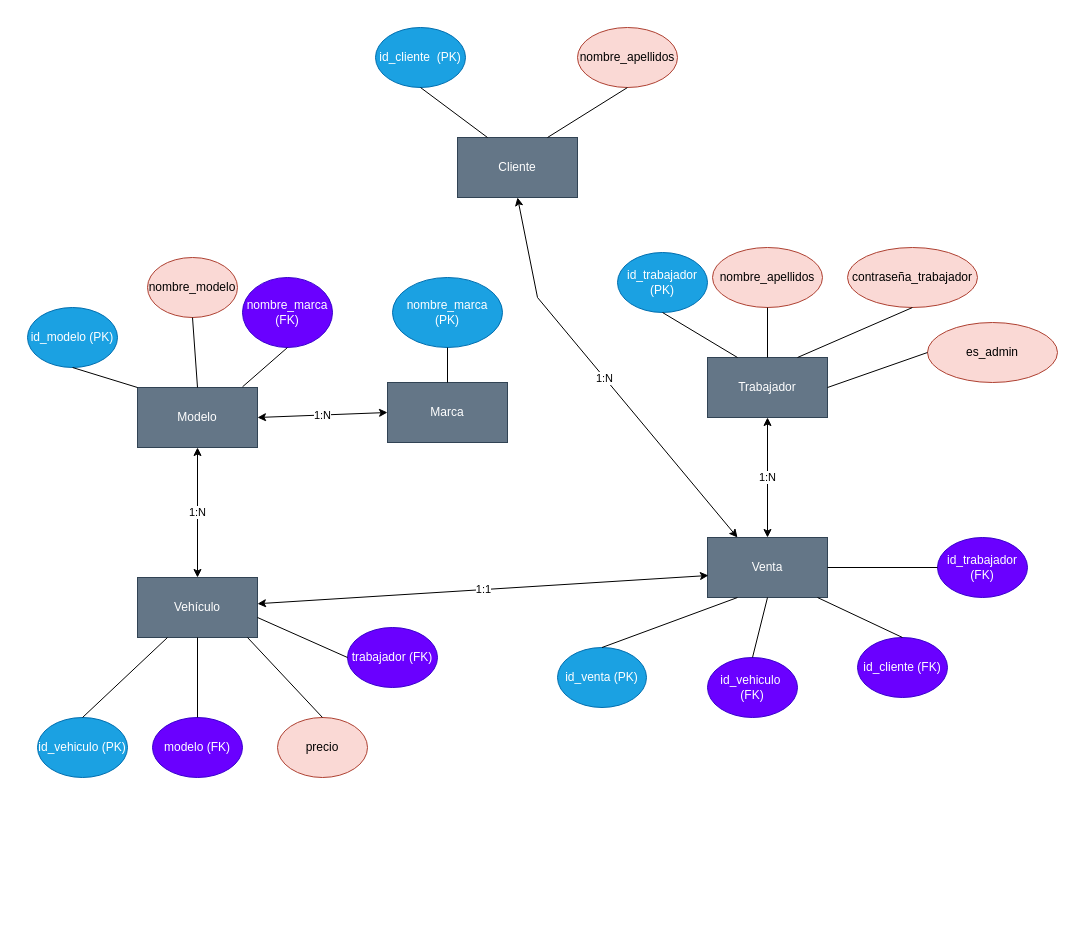
Earlier version of the draw.io diagram documentacion/diagramas/MER.drawio (lunastrod/proyectoIntegradorConcesionario). Source tidied: cells renumbered, new cells numbered last; positions are measured from the earlier drawing's top-left corner, leaving out a move shared by most shapes. Both pictures are drawn from the tidied source at 100%, with x=0, y=0 at pixel (27, 27).
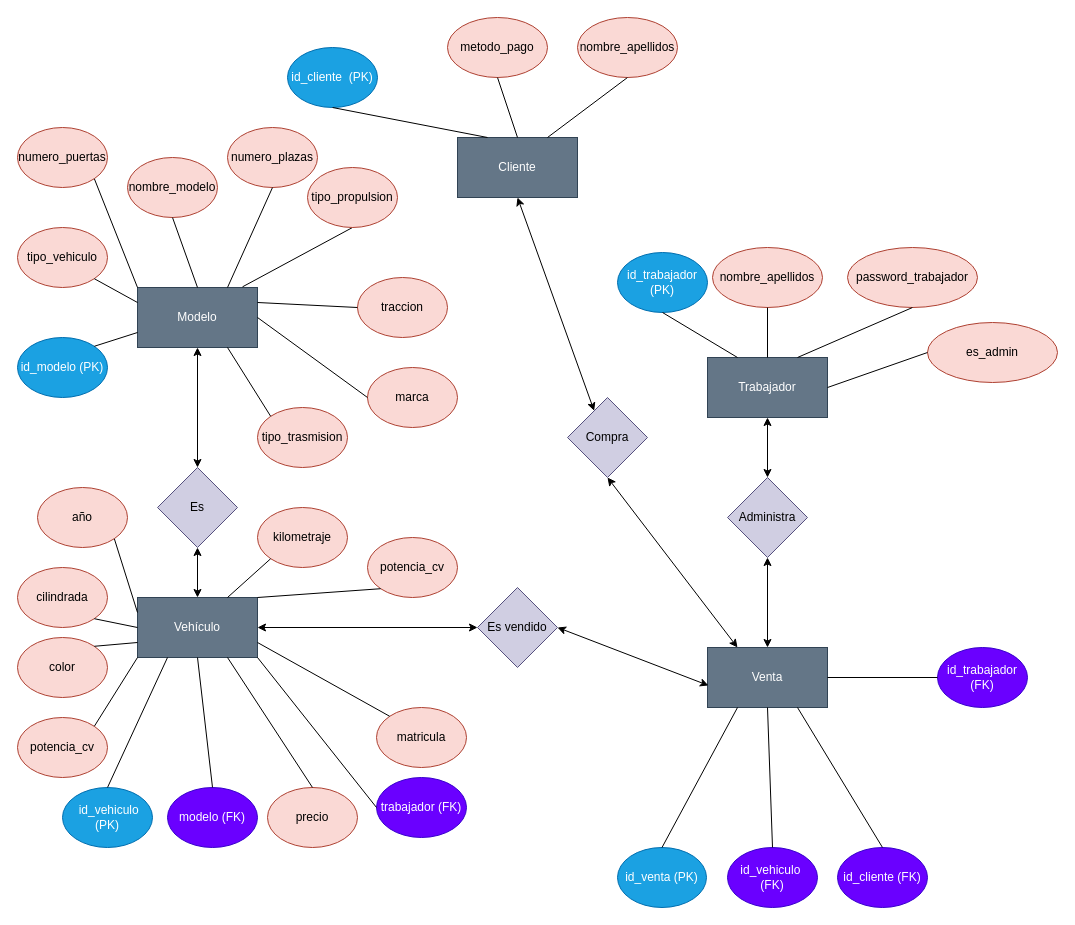
After the change.

Commit message (it also covers changes not shown here):
nuevo MER

Unchanged cells that the change refers to:
```xml
<mxCell id="2" value="Cliente" style="rounded=0;whiteSpace=wrap;html=1;fillColor=#647687;fontColor=#ffffff;strokeColor=#314354;" parent="1" vertex="1">
  <mxGeometry x="430" y="110" width="120" height="60" as="geometry" />
</mxCell>
<mxCell id="5" value="Trabajador" style="rounded=0;whiteSpace=wrap;html=1;fillColor=#647687;fontColor=#ffffff;strokeColor=#314354;" parent="1" vertex="1">
  <mxGeometry x="680" y="330" width="120" height="60" as="geometry" />
</mxCell>
```

What changed in the source:
```diff
@@
-    <mxCell id="3" value="Marca" style="rounded=0;whiteSpace=wrap;html=1;fillColor=#647687;fontColor=#ffffff;strokeColor=#314354;" parent="1" vertex="1">
-      <mxGeometry x="360" y="355" width="120" height="60" as="geometry" />
-    </mxCell>
     <mxCell id="4" value="Modelo" style="rounded=0;whiteSpace=wrap;html=1;fillColor=#647687;fontColor=#ffffff;strokeColor=#314354;" parent="1" vertex="1">
-      <mxGeometry x="110" y="360" width="120" height="60" as="geometry" />
+      <mxGeometry x="110" y="260" width="120" height="60" as="geometry" />
     </mxCell>
@@
     <mxCell id="6" value="Vehículo" style="rounded=0;whiteSpace=wrap;html=1;fillColor=#647687;fontColor=#ffffff;strokeColor=#314354;" parent="1" vertex="1">
-      <mxGeometry x="110" y="550" width="120" height="60" as="geometry" />
+      <mxGeometry x="110" y="570" width="120" height="60" as="geometry" />
     </mxCell>
     <mxCell id="7" value="Venta" style="rounded=0;whiteSpace=wrap;html=1;fillColor=#647687;fontColor=#ffffff;strokeColor=#314354;" parent="1" vertex="1">
-      <mxGeometry x="680" y="510" width="120" height="60" as="geometry" />
+      <mxGeometry x="680" y="620" width="120" height="60" as="geometry" />
     </mxCell>
     <mxCell id="8" value="id_cliente&amp;nbsp; (PK)" style="ellipse;whiteSpace=wrap;html=1;fillColor=#1ba1e2;fontColor=#ffffff;strokeColor=#006EAF;" parent="1" vertex="1">
-      <mxGeometry x="348" width="90" height="60" as="geometry" />
+      <mxGeometry x="260" y="20" width="90" height="60" as="geometry" />
     </mxCell>
     <mxCell id="9" value="nombre_apellidos" style="ellipse;whiteSpace=wrap;html=1;fillColor=#fad9d5;strokeColor=#ae4132;" parent="1" vertex="1">
-      <mxGeometry x="550" width="100" height="60" as="geometry" />
+      <mxGeometry x="550" y="-10" width="100" height="60" as="geometry" />
     </mxCell>
@@
-    <mxCell id="12" value="nombre_marca (PK)" style="ellipse;whiteSpace=wrap;html=1;fillColor=#1ba1e2;fontColor=#ffffff;strokeColor=#006EAF;" parent="1" vertex="1">
-      <mxGeometry x="365" y="250" width="110" height="70" as="geometry" />
-    </mxCell>
-    <mxCell id="13" style="endArrow=none;html=1;rounded=0;entryX=0.5;entryY=1;entryDx=0;entryDy=0;exitX=0.5;exitY=0;exitDx=0;exitDy=0;" parent="1" edge="1" source="3" target="12">
-      <mxGeometry relative="1" as="geometry" />
-    </mxCell>
     <mxCell id="14" value="id_modelo (PK)" style="ellipse;whiteSpace=wrap;html=1;fillColor=#1ba1e2;fontColor=#ffffff;strokeColor=#006EAF;" parent="1" vertex="1">
-      <mxGeometry y="280" width="90" height="60" as="geometry" />
+      <mxGeometry x="-10" y="310" width="90" height="60" as="geometry" />
     </mxCell>
     <mxCell id="15" value="nombre_modelo" style="ellipse;whiteSpace=wrap;html=1;fillColor=#fad9d5;strokeColor=#ae4132;" parent="1" vertex="1">
-      <mxGeometry x="120" y="230" width="90" height="60" as="geometry" />
+      <mxGeometry x="100" y="130" width="90" height="60" as="geometry" />
     </mxCell>
-    <mxCell id="16" value="nombre_marca (FK)" style="ellipse;whiteSpace=wrap;html=1;fillColor=#6a00ff;fontColor=#ffffff;strokeColor=#3700CC;" parent="1" vertex="1">
-      <mxGeometry x="215" y="250" width="90" height="70" as="geometry" />
-    </mxCell>
-    <mxCell id="17" style="endArrow=none;html=1;rounded=0;entryX=0.5;entryY=1;entryDx=0;entryDy=0;exitX=0;exitY=0;exitDx=0;exitDy=0;" parent="1" edge="1" source="4" target="14">
-      <mxGeometry relative="1" as="geometry" />
-    </mxCell>
@@
-    <mxCell id="19" style="endArrow=none;html=1;rounded=0;entryX=0.5;entryY=1;entryDx=0;entryDy=0;exitX=0.875;exitY=-0.011;exitDx=0;exitDy=0;exitPerimeter=0;" parent="1" edge="1" source="4" target="16">
+    <mxCell id="19" style="endArrow=none;html=1;rounded=0;entryX=0.5;entryY=1;entryDx=0;entryDy=0;exitX=0.875;exitY=-0.011;exitDx=0;exitDy=0;exitPerimeter=0;" parent="1" edge="1" source="4" target="62">
       <mxGeometry relative="1" as="geometry" />
     </mxCell>
@@
-    <mxCell id="22" value="contraseña_trabajador" style="ellipse;whiteSpace=wrap;html=1;fillColor=#fad9d5;strokeColor=#ae4132;" parent="1" vertex="1">
+    <mxCell id="22" value="password_trabajador" style="ellipse;whiteSpace=wrap;html=1;fillColor=#fad9d5;strokeColor=#ae4132;" parent="1" vertex="1">
       <mxGeometry x="820" y="220" width="130" height="60" as="geometry" />
     </mxCell>
@@
-    <mxCell id="26" value="id_vehiculo (PK)" style="ellipse;whiteSpace=wrap;html=1;fillColor=#1ba1e2;fontColor=#ffffff;strokeColor=#006EAF;" parent="1" vertex="1">
-      <mxGeometry x="10" y="690" width="90" height="60" as="geometry" />
+    <mxCell id="26" value="&amp;nbsp;id_vehiculo (PK)" style="ellipse;whiteSpace=wrap;html=1;fillColor=#1ba1e2;fontColor=#ffffff;strokeColor=#006EAF;" parent="1" vertex="1">
+      <mxGeometry x="35" y="760" width="90" height="60" as="geometry" />
     </mxCell>
     <mxCell id="27" value="modelo (FK)" style="ellipse;whiteSpace=wrap;html=1;fillColor=#6a00ff;fontColor=#ffffff;strokeColor=#3700CC;" parent="1" vertex="1">
-      <mxGeometry x="125" y="690" width="90" height="60" as="geometry" />
+      <mxGeometry x="140" y="760" width="90" height="60" as="geometry" />
     </mxCell>
     <mxCell id="28" value="precio" style="ellipse;whiteSpace=wrap;html=1;fillColor=#fad9d5;strokeColor=#ae4132;" parent="1" vertex="1">
-      <mxGeometry x="250" y="690" width="90" height="60" as="geometry" />
+      <mxGeometry x="240" y="760" width="90" height="60" as="geometry" />
     </mxCell>
     <mxCell id="29" value="id_venta (PK)" style="ellipse;whiteSpace=wrap;html=1;fillColor=#1ba1e2;fontColor=#ffffff;strokeColor=#006EAF;" parent="1" vertex="1">
-      <mxGeometry x="530" y="620" width="89" height="60" as="geometry" />
+      <mxGeometry x="590" y="820" width="89" height="60" as="geometry" />
     </mxCell>
     <mxCell id="30" value="id_trabajador&lt;div&gt;(FK)&lt;/div&gt;" style="ellipse;whiteSpace=wrap;html=1;fillColor=#6a00ff;fontColor=#ffffff;strokeColor=#3700CC;" parent="1" vertex="1">
-      <mxGeometry x="910" y="510" width="90" height="60" as="geometry" />
+      <mxGeometry x="910" y="620" width="90" height="60" as="geometry" />
     </mxCell>
     <mxCell id="31" value="id_vehiculo&amp;nbsp;&lt;div&gt;(FK)&lt;/div&gt;" style="ellipse;whiteSpace=wrap;html=1;fillColor=#6a00ff;fontColor=#ffffff;strokeColor=#3700CC;" parent="1" vertex="1">
-      <mxGeometry x="680" y="630" width="90" height="60" as="geometry" />
+      <mxGeometry x="700" y="820" width="90" height="60" as="geometry" />
     </mxCell>
-    <mxCell id="32" value="1:N" style="endArrow=classic;startArrow=classic;html=1;rounded=0;exitX=1;exitY=0.5;exitDx=0;exitDy=0;entryX=0;entryY=0.5;entryDx=0;entryDy=0;" parent="1" edge="1" source="4" target="3">
-      <mxGeometry relative="1" as="geometry" />
-    </mxCell>
-    <mxCell id="33" value="1:N" style="endArrow=classic;startArrow=classic;html=1;rounded=0;entryX=0.5;entryY=1;entryDx=0;entryDy=0;exitX=0.5;exitY=0;exitDx=0;exitDy=0;" parent="1" edge="1" source="6" target="4">
+    <mxCell id="33" style="endArrow=classic;startArrow=classic;html=1;rounded=0;entryX=0.5;entryY=1;entryDx=0;entryDy=0;exitX=0.5;exitY=0;exitDx=0;exitDy=0;" parent="1" edge="1" source="56" target="4">
       <mxGeometry relative="1" as="geometry" />
     </mxCell>
-    <mxCell id="34" value="1:N" style="endArrow=classic;startArrow=classic;html=1;rounded=0;entryX=0.5;entryY=1;entryDx=0;entryDy=0;exitX=0.25;exitY=0;exitDx=0;exitDy=0;" parent="1" edge="1" source="7" target="2">
-      <mxGeometry relative="1" as="geometry">
-        <Array as="points">
-          <mxPoint x="510" y="270" />
-        </Array>
-      </mxGeometry>
+    <mxCell id="34" style="endArrow=classic;startArrow=classic;html=1;rounded=0;entryX=0.5;entryY=1;entryDx=0;entryDy=0;exitX=0.25;exitY=0;exitDx=0;exitDy=0;" parent="1" edge="1" source="54" target="2">
+      <mxGeometry relative="1" as="geometry" />
     </mxCell>
-    <mxCell id="35" value="1:N" style="endArrow=classic;startArrow=classic;html=1;rounded=0;exitX=0.5;exitY=0;exitDx=0;exitDy=0;entryX=0.5;entryY=1;entryDx=0;entryDy=0;" parent="1" edge="1" source="7" target="5">
+    <mxCell id="35" style="endArrow=classic;startArrow=classic;html=1;rounded=0;exitX=0.5;exitY=0;exitDx=0;exitDy=0;entryX=0.5;entryY=1;entryDx=0;entryDy=0;" parent="1" edge="1" source="50" target="5">
       <mxGeometry relative="1" as="geometry" />
     </mxCell>
-    <mxCell id="36" value="1:1" style="endArrow=classic;startArrow=classic;html=1;rounded=0;entryX=0.008;entryY=0.633;entryDx=0;entryDy=0;entryPerimeter=0;" parent="1" edge="1" source="6" target="7">
+    <mxCell id="36" style="endArrow=classic;startArrow=classic;html=1;rounded=0;entryX=0.008;entryY=0.633;entryDx=0;entryDy=0;entryPerimeter=0;exitX=1;exitY=0.5;exitDx=0;exitDy=0;" parent="1" edge="1" source="52" target="7">
       <mxGeometry relative="1" as="geometry" />
     </mxCell>
     <mxCell id="37" value="id_cliente (FK)" style="ellipse;whiteSpace=wrap;html=1;fillColor=#6a00ff;fontColor=#ffffff;strokeColor=#3700CC;" parent="1" vertex="1">
-      <mxGeometry x="830" y="610" width="90" height="60" as="geometry" />
+      <mxGeometry x="810" y="820" width="90" height="60" as="geometry" />
     </mxCell>
-    <mxCell id="38" style="endArrow=none;html=1;rounded=0;exitX=0.5;exitY=0;exitDx=0;exitDy=0;" parent="1" edge="1" source="29">
-      <mxGeometry relative="1" as="geometry">
-        <mxPoint x="710" y="570" as="targetPoint" />
-      </mxGeometry>
+    <mxCell id="38" style="endArrow=none;html=1;rounded=0;exitX=0.5;exitY=0;exitDx=0;exitDy=0;entryX=0.25;entryY=1;entryDx=0;entryDy=0;" parent="1" edge="1" source="29" target="7">
+      <mxGeometry relative="1" as="geometry" />
     </mxCell>
-    <mxCell id="39" style="endArrow=none;html=1;rounded=0;exitX=0.5;exitY=0;exitDx=0;exitDy=0;" parent="1" edge="1" source="31">
-      <mxGeometry relative="1" as="geometry">
-        <mxPoint x="740" y="570" as="targetPoint" />
-      </mxGeometry>
+    <mxCell id="39" style="endArrow=none;html=1;rounded=0;exitX=0.5;exitY=0;exitDx=0;exitDy=0;entryX=0.5;entryY=1;entryDx=0;entryDy=0;" parent="1" edge="1" source="31" target="7">
+      <mxGeometry relative="1" as="geometry" />
     </mxCell>
-    <mxCell id="40" style="endArrow=none;html=1;rounded=0;exitX=0.5;exitY=0;exitDx=0;exitDy=0;" parent="1" edge="1" source="37">
-      <mxGeometry relative="1" as="geometry">
-        <mxPoint x="790" y="570" as="targetPoint" />
-      </mxGeometry>
+    <mxCell id="40" style="endArrow=none;html=1;rounded=0;exitX=0.5;exitY=0;exitDx=0;exitDy=0;entryX=0.75;entryY=1;entryDx=0;entryDy=0;" parent="1" edge="1" source="37" target="7">
+      <mxGeometry relative="1" as="geometry" />
     </mxCell>
-    <mxCell id="41" style="endArrow=none;html=1;rounded=0;entryX=0;entryY=0.5;entryDx=0;entryDy=0;" parent="1" edge="1" target="30">
-      <mxGeometry relative="1" as="geometry">
-        <mxPoint x="800" y="540" as="sourcePoint" />
-      </mxGeometry>
+    <mxCell id="41" style="endArrow=none;html=1;rounded=0;entryX=0;entryY=0.5;entryDx=0;entryDy=0;exitX=1;exitY=0.5;exitDx=0;exitDy=0;" parent="1" edge="1" source="7" target="30">
+      <mxGeometry relative="1" as="geometry" />
     </mxCell>
-    <mxCell id="42" style="endArrow=none;html=1;rounded=0;exitX=0.5;exitY=0;exitDx=0;exitDy=0;" parent="1" edge="1" source="26">
-      <mxGeometry relative="1" as="geometry">
-        <mxPoint x="140" y="610" as="targetPoint" />
-      </mxGeometry>
+    <mxCell id="42" style="endArrow=none;html=1;rounded=0;exitX=0.5;exitY=0;exitDx=0;exitDy=0;entryX=0.25;entryY=1;entryDx=0;entryDy=0;" parent="1" edge="1" source="26" target="6">
+      <mxGeometry relative="1" as="geometry" />
     </mxCell>
-    <mxCell id="43" style="endArrow=none;html=1;rounded=0;exitX=0.5;exitY=0;exitDx=0;exitDy=0;" parent="1" edge="1" source="27">
-      <mxGeometry relative="1" as="geometry">
-        <mxPoint x="170" y="610" as="targetPoint" />
-      </mxGeometry>
+    <mxCell id="43" style="endArrow=none;html=1;rounded=0;exitX=0.5;exitY=0;exitDx=0;exitDy=0;entryX=0.5;entryY=1;entryDx=0;entryDy=0;" parent="1" edge="1" source="27" target="6">
+      <mxGeometry relative="1" as="geometry" />
     </mxCell>
-    <mxCell id="44" style="endArrow=none;html=1;rounded=0;exitX=0.5;exitY=0;exitDx=0;exitDy=0;" parent="1" edge="1" source="28">
-      <mxGeometry relative="1" as="geometry">
-        <mxPoint x="220" y="610" as="targetPoint" />
-      </mxGeometry>
+    <mxCell id="44" style="endArrow=none;html=1;rounded=0;exitX=0.5;exitY=0;exitDx=0;exitDy=0;entryX=0.75;entryY=1;entryDx=0;entryDy=0;" parent="1" edge="1" source="28" target="6">
+      <mxGeometry relative="1" as="geometry" />
     </mxCell>
@@
     <mxCell id="47" value="trabajador (FK)" style="ellipse;whiteSpace=wrap;html=1;fillColor=#6a00ff;fontColor=#ffffff;strokeColor=#3700CC;" parent="1" vertex="1">
-      <mxGeometry x="320" y="600" width="90" height="60" as="geometry" />
+      <mxGeometry x="349" y="750" width="90" height="60" as="geometry" />
     </mxCell>
-    <mxCell id="48" style="endArrow=none;html=1;rounded=0;exitX=0;exitY=0.5;exitDx=0;exitDy=0;" parent="1" edge="1" source="47">
-      <mxGeometry relative="1" as="geometry">
-        <mxPoint x="230" y="590" as="targetPoint" />
-      </mxGeometry>
+    <mxCell id="48" style="endArrow=none;html=1;rounded=0;exitX=0;exitY=0.5;exitDx=0;exitDy=0;entryX=1;entryY=1;entryDx=0;entryDy=0;" parent="1" edge="1" source="47" target="6">
+      <mxGeometry relative="1" as="geometry" />
     </mxCell>
+    <mxCell id="49" style="endArrow=classic;startArrow=classic;html=1;rounded=0;exitX=0.5;exitY=0;exitDx=0;exitDy=0;entryX=0.5;entryY=1;entryDx=0;entryDy=0;" parent="1" edge="1" source="7" target="50">
+      <mxGeometry relative="1" as="geometry" />
+    </mxCell>
+    <mxCell id="50" value="Administra" style="rhombus;whiteSpace=wrap;html=1;fillColor=#d0cee2;strokeColor=#56517e;" parent="1" vertex="1">
+      <mxGeometry x="700" y="450" width="80" height="80" as="geometry" />
+    </mxCell>
+    <mxCell id="51" style="endArrow=classic;startArrow=classic;html=1;rounded=0;entryX=0;entryY=0.5;entryDx=0;entryDy=0;" parent="1" edge="1" source="6" target="52">
+      <mxGeometry relative="1" as="geometry" />
+    </mxCell>
+    <mxCell id="52" value="Es vendido" style="rhombus;whiteSpace=wrap;html=1;fillColor=#d0cee2;strokeColor=#56517e;" parent="1" vertex="1">
+      <mxGeometry x="450" y="560" width="80" height="80" as="geometry" />
+    </mxCell>
+    <mxCell id="53" style="endArrow=classic;startArrow=classic;html=1;rounded=0;entryX=0.5;entryY=1;entryDx=0;entryDy=0;exitX=0.25;exitY=0;exitDx=0;exitDy=0;" parent="1" edge="1" source="7" target="54">
+      <mxGeometry relative="1" as="geometry" />
+    </mxCell>
+    <mxCell id="54" value="Compra" style="rhombus;whiteSpace=wrap;html=1;fillColor=#d0cee2;strokeColor=#56517e;" parent="1" vertex="1">
+      <mxGeometry x="540" y="370" width="80" height="80" as="geometry" />
+    </mxCell>
+    <mxCell id="55" style="endArrow=classic;startArrow=classic;html=1;rounded=0;entryX=0.5;entryY=1;entryDx=0;entryDy=0;exitX=0.5;exitY=0;exitDx=0;exitDy=0;" parent="1" edge="1" source="6" target="56">
+      <mxGeometry relative="1" as="geometry" />
+    </mxCell>
+    <mxCell id="56" value="Es" style="rhombus;whiteSpace=wrap;html=1;fillColor=#d0cee2;strokeColor=#56517e;" parent="1" vertex="1">
+      <mxGeometry x="130" y="440" width="80" height="80" as="geometry" />
+    </mxCell>
+    <mxCell id="57" value="metodo_pago" style="ellipse;whiteSpace=wrap;html=1;fillColor=#fad9d5;strokeColor=#ae4132;" parent="1" vertex="1">
+      <mxGeometry x="420" y="-10" width="100" height="60" as="geometry" />
+    </mxCell>
+    <mxCell id="58" style="endArrow=none;html=1;rounded=0;entryX=0.5;entryY=1;entryDx=0;entryDy=0;exitX=0.5;exitY=0;exitDx=0;exitDy=0;" parent="1" edge="1" source="2" target="57">
+      <mxGeometry relative="1" as="geometry" />
+    </mxCell>
+    <mxCell id="59" value="numero_plazas" style="ellipse;whiteSpace=wrap;html=1;fillColor=#fad9d5;strokeColor=#ae4132;" parent="1" vertex="1">
+      <mxGeometry x="200" y="100" width="90" height="60" as="geometry" />
+    </mxCell>
+    <mxCell id="60" value="numero_puertas" style="ellipse;whiteSpace=wrap;html=1;fillColor=#fad9d5;strokeColor=#ae4132;" parent="1" vertex="1">
+      <mxGeometry x="-10" y="100" width="90" height="60" as="geometry" />
+    </mxCell>
+    <mxCell id="61" value="tipo_vehiculo" style="ellipse;whiteSpace=wrap;html=1;fillColor=#fad9d5;strokeColor=#ae4132;" parent="1" vertex="1">
+      <mxGeometry x="-10" y="200" width="90" height="60" as="geometry" />
+    </mxCell>
+    <mxCell id="62" value="tipo_propulsion" style="ellipse;whiteSpace=wrap;html=1;fillColor=#fad9d5;strokeColor=#ae4132;" parent="1" vertex="1">
+      <mxGeometry x="280" y="140" width="90" height="60" as="geometry" />
+    </mxCell>
+    <mxCell id="63" value="traccion" style="ellipse;whiteSpace=wrap;html=1;fillColor=#fad9d5;strokeColor=#ae4132;" parent="1" vertex="1">
+      <mxGeometry x="330" y="250" width="90" height="60" as="geometry" />
+    </mxCell>
+    <mxCell id="64" value="marca" style="ellipse;whiteSpace=wrap;html=1;fillColor=#fad9d5;strokeColor=#ae4132;" parent="1" vertex="1">
+      <mxGeometry x="340" y="340" width="90" height="60" as="geometry" />
+    </mxCell>
+    <mxCell id="65" value="tipo_trasmision" style="ellipse;whiteSpace=wrap;html=1;fillColor=#fad9d5;strokeColor=#ae4132;" parent="1" vertex="1">
+      <mxGeometry x="230" y="380" width="90" height="60" as="geometry" />
+    </mxCell>
+    <mxCell id="66" style="endArrow=none;html=1;rounded=0;entryX=0.5;entryY=1;entryDx=0;entryDy=0;exitX=0.75;exitY=0;exitDx=0;exitDy=0;" parent="1" edge="1" source="4" target="59">
+      <mxGeometry relative="1" as="geometry" />
+    </mxCell>
+    <mxCell id="17" style="endArrow=none;html=1;rounded=0;entryX=1;entryY=0;entryDx=0;entryDy=0;exitX=0;exitY=0.75;exitDx=0;exitDy=0;" parent="1" edge="1" source="4" target="14">
+      <mxGeometry relative="1" as="geometry" />
+    </mxCell>
+    <mxCell id="67" style="endArrow=none;html=1;rounded=0;entryX=1;entryY=1;entryDx=0;entryDy=0;exitX=0;exitY=0.25;exitDx=0;exitDy=0;" parent="1" edge="1" source="4" target="61">
+      <mxGeometry relative="1" as="geometry" />
+    </mxCell>
+    <mxCell id="68" style="endArrow=none;html=1;rounded=0;entryX=1;entryY=1;entryDx=0;entryDy=0;exitX=0;exitY=0;exitDx=0;exitDy=0;" parent="1" edge="1" source="4" target="60">
+      <mxGeometry relative="1" as="geometry" />
+    </mxCell>
+    <mxCell id="69" style="endArrow=none;html=1;rounded=0;entryX=0;entryY=0.5;entryDx=0;entryDy=0;exitX=1;exitY=0.25;exitDx=0;exitDy=0;" parent="1" edge="1" source="4" target="63">
+      <mxGeometry relative="1" as="geometry" />
+    </mxCell>
+    <mxCell id="70" style="endArrow=none;html=1;rounded=0;entryX=0;entryY=0.5;entryDx=0;entryDy=0;exitX=1;exitY=0.5;exitDx=0;exitDy=0;" parent="1" edge="1" source="4" target="64">
+      <mxGeometry relative="1" as="geometry" />
+    </mxCell>
+    <mxCell id="71" style="endArrow=none;html=1;rounded=0;entryX=0;entryY=0;entryDx=0;entryDy=0;exitX=0.75;exitY=1;exitDx=0;exitDy=0;" parent="1" edge="1" source="4" target="65">
+      <mxGeometry relative="1" as="geometry" />
+    </mxCell>
+    <mxCell id="72" value="matricula" style="ellipse;whiteSpace=wrap;html=1;fillColor=#fad9d5;strokeColor=#ae4132;" parent="1" vertex="1">
+      <mxGeometry x="349" y="680" width="90" height="60" as="geometry" />
+    </mxCell>
+    <mxCell id="73" value="color" style="ellipse;whiteSpace=wrap;html=1;fillColor=#fad9d5;strokeColor=#ae4132;" parent="1" vertex="1">
+      <mxGeometry x="-10" y="610" width="90" height="60" as="geometry" />
+    </mxCell>
+    <mxCell id="74" value="año" style="ellipse;whiteSpace=wrap;html=1;fillColor=#fad9d5;strokeColor=#ae4132;" parent="1" vertex="1">
+      <mxGeometry x="10" y="460" width="90" height="60" as="geometry" />
+    </mxCell>
+    <mxCell id="75" value="kilometraje" style="ellipse;whiteSpace=wrap;html=1;fillColor=#fad9d5;strokeColor=#ae4132;" parent="1" vertex="1">
+      <mxGeometry x="230" y="480" width="90" height="60" as="geometry" />
+    </mxCell>
+    <mxCell id="76" value="potencia_cv" style="ellipse;whiteSpace=wrap;html=1;fillColor=#fad9d5;strokeColor=#ae4132;" parent="1" vertex="1">
+      <mxGeometry x="340" y="510" width="90" height="60" as="geometry" />
+    </mxCell>
+    <mxCell id="77" value="cilindrada" style="ellipse;whiteSpace=wrap;html=1;fillColor=#fad9d5;strokeColor=#ae4132;" parent="1" vertex="1">
+      <mxGeometry x="-10" y="540" width="90" height="60" as="geometry" />
+    </mxCell>
+    <mxCell id="78" value="potencia_cv" style="ellipse;whiteSpace=wrap;html=1;fillColor=#fad9d5;strokeColor=#ae4132;" parent="1" vertex="1">
+      <mxGeometry x="-10" y="690" width="90" height="60" as="geometry" />
+    </mxCell>
+    <mxCell id="79" style="endArrow=none;html=1;rounded=0;exitX=1;exitY=0;exitDx=0;exitDy=0;entryX=0;entryY=1;entryDx=0;entryDy=0;" parent="1" edge="1" source="78" target="6">
+      <mxGeometry relative="1" as="geometry" />
+    </mxCell>
+    <mxCell id="80" style="endArrow=none;html=1;rounded=0;exitX=1;exitY=0;exitDx=0;exitDy=0;entryX=0;entryY=0.75;entryDx=0;entryDy=0;" parent="1" edge="1" source="73" target="6">
+      <mxGeometry relative="1" as="geometry" />
+    </mxCell>
+    <mxCell id="81" style="endArrow=none;html=1;rounded=0;exitX=0;exitY=0;exitDx=0;exitDy=0;entryX=1;entryY=0.75;entryDx=0;entryDy=0;" parent="1" edge="1" source="72" target="6">
+      <mxGeometry relative="1" as="geometry" />
+    </mxCell>
+    <mxCell id="82" style="endArrow=none;html=1;rounded=0;exitX=1;exitY=1;exitDx=0;exitDy=0;entryX=0;entryY=0.25;entryDx=0;entryDy=0;" parent="1" edge="1" source="74" target="6">
+      <mxGeometry relative="1" as="geometry" />
+    </mxCell>
+    <mxCell id="83" style="endArrow=none;html=1;rounded=0;exitX=0;exitY=1;exitDx=0;exitDy=0;entryX=0.75;entryY=0;entryDx=0;entryDy=0;" parent="1" edge="1" source="75" target="6">
+      <mxGeometry relative="1" as="geometry" />
+    </mxCell>
+    <mxCell id="84" style="endArrow=none;html=1;rounded=0;exitX=0;exitY=1;exitDx=0;exitDy=0;entryX=1;entryY=0;entryDx=0;entryDy=0;" parent="1" edge="1" source="76" target="6">
+      <mxGeometry relative="1" as="geometry" />
+    </mxCell>
+    <mxCell id="85" style="endArrow=none;html=1;rounded=0;exitX=1;exitY=1;exitDx=0;exitDy=0;entryX=0;entryY=0.5;entryDx=0;entryDy=0;" parent="1" edge="1" source="77" target="6">
+      <mxGeometry relative="1" as="geometry" />
+    </mxCell>
```
